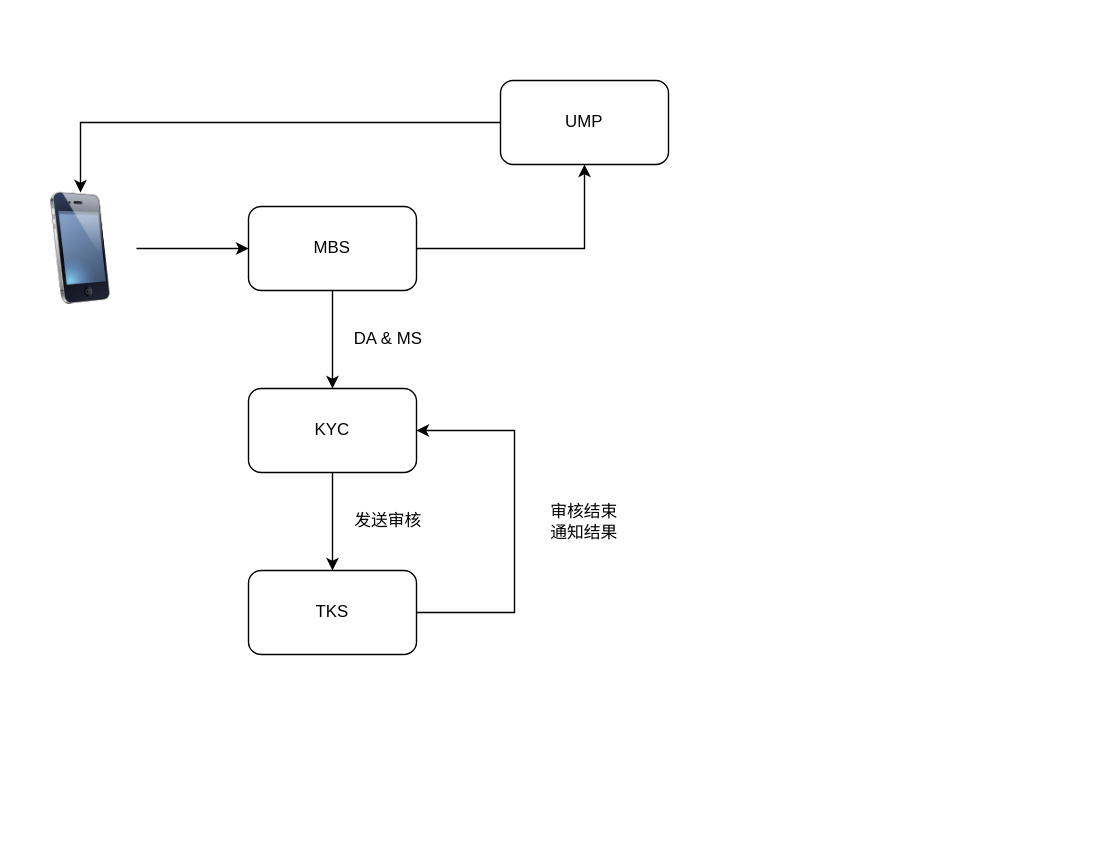
QirongZhang/draw.io.repo keeps this draw.io diagram as page "第 1 页" (1 of 3) of 对公开户.drawio. Above is the earlier version. Source tidied: cells renumbered, new cells numbered last; positions are measured from the earlier drawing's top-left corner, leaving out a move shared by most shapes. Both pictures are drawn from the tidied source at 140%, with x=0, y=0 at pixel (24, 80).
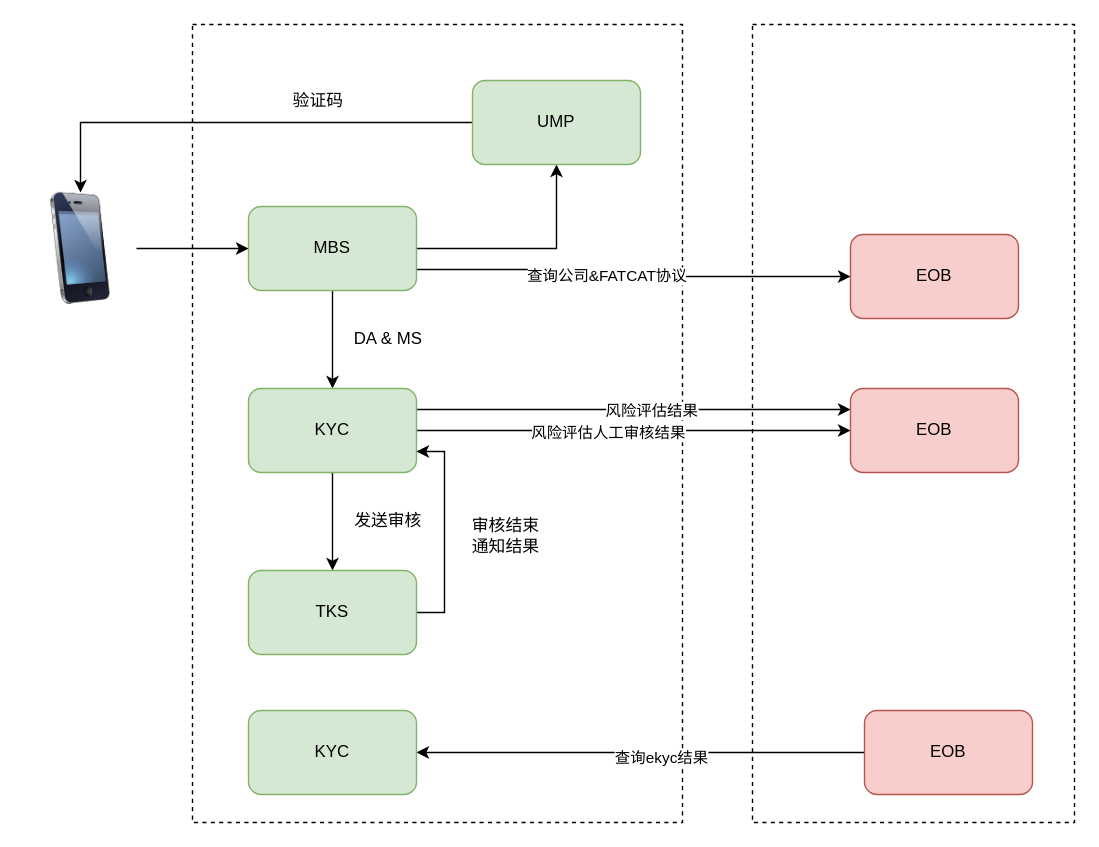
After the change.

Diff of the diagram source:
```diff
@@
+    <mxCell id="16" style="rounded=0;whiteSpace=wrap;html=1;dashed=1;fillColor=none;" parent="1" vertex="1">
+      <mxGeometry x="520" y="-40" width="230" height="570" as="geometry" />
+    </mxCell>
+    <mxCell id="17" style="rounded=0;whiteSpace=wrap;html=1;fillColor=none;dashed=1;" parent="1" vertex="1">
+      <mxGeometry x="120" y="-40" width="350" height="570" as="geometry" />
+    </mxCell>
@@
+    <mxCell id="18" style="edgeStyle=orthogonalEdgeStyle;rounded=0;jettySize=auto;html=1;exitX=1;exitY=0.75;exitDx=0;exitDy=0;" parent="1" edge="1" source="4" target="26">
+      <mxGeometry relative="1" as="geometry" />
+    </mxCell>
+    <mxCell id="19" value="查询公司&amp;amp;FATCAT协议" style="edgeLabel;html=1;align=center;verticalAlign=middle;" parent="18" vertex="1">
+      <mxGeometry x="-0.14" y="-4" relative="1" as="geometry" />
+    </mxCell>
-    <mxCell id="4" value="MBS" style="rounded=1;whiteSpace=wrap;html=1;" parent="1" vertex="1">
+    <mxCell id="4" value="MBS" style="rounded=1;whiteSpace=wrap;html=1;fillColor=#d5e8d4;strokeColor=#82b366;" parent="1" vertex="1">
       <mxGeometry x="160" y="90" width="120" height="60" as="geometry" />
     </mxCell>
@@
-    <mxCell id="8" value="UMP" style="rounded=1;whiteSpace=wrap;html=1;" parent="1" vertex="1">
-      <mxGeometry x="340" width="120" height="60" as="geometry" />
+    <mxCell id="8" value="UMP" style="rounded=1;whiteSpace=wrap;html=1;fillColor=#d5e8d4;strokeColor=#82b366;" parent="1" vertex="1">
+      <mxGeometry x="320" width="120" height="60" as="geometry" />
     </mxCell>
@@
+    <mxCell id="20" style="edgeStyle=orthogonalEdgeStyle;rounded=0;jettySize=auto;html=1;exitX=1;exitY=0.25;exitDx=0;exitDy=0;entryX=0;entryY=0.25;entryDx=0;entryDy=0;" parent="1" edge="1" source="10" target="25">
+      <mxGeometry relative="1" as="geometry" />
+    </mxCell>
+    <mxCell id="21" value="风险评估结果" style="edgeLabel;html=1;align=center;verticalAlign=middle;" parent="20" vertex="1">
+      <mxGeometry x="0.08" relative="1" as="geometry" />
+    </mxCell>
+    <mxCell id="22" style="edgeStyle=orthogonalEdgeStyle;rounded=0;jettySize=auto;html=1;exitX=1;exitY=0.5;exitDx=0;exitDy=0;entryX=0;entryY=0.5;entryDx=0;entryDy=0;" parent="1" edge="1" source="10" target="25">
+      <mxGeometry relative="1" as="geometry" />
+    </mxCell>
+    <mxCell id="23" value="风险评估人工审核结果" style="edgeLabel;html=1;align=center;verticalAlign=middle;" parent="22" vertex="1">
+      <mxGeometry x="-0.12" y="-1" relative="1" as="geometry" />
+    </mxCell>
-    <mxCell id="10" value="KYC" style="rounded=1;whiteSpace=wrap;html=1;" parent="1" vertex="1">
+    <mxCell id="10" value="KYC" style="rounded=1;whiteSpace=wrap;html=1;fillColor=#d5e8d4;strokeColor=#82b366;" parent="1" vertex="1">
       <mxGeometry x="160" y="220" width="120" height="60" as="geometry" />
     </mxCell>
@@
-    <mxCell id="12" style="edgeStyle=orthogonalEdgeStyle;rounded=0;jettySize=auto;html=1;entryX=1;entryY=0.5;entryDx=0;entryDy=0;" parent="1" edge="1" source="13" target="10">
-      <mxGeometry relative="1" as="geometry">
-        <Array as="points">
-          <mxPoint x="350" y="380" />
-          <mxPoint x="350" y="250" />
-        </Array>
-      </mxGeometry>
+    <mxCell id="12" style="edgeStyle=orthogonalEdgeStyle;rounded=0;jettySize=auto;html=1;exitX=1;exitY=0.5;exitDx=0;exitDy=0;entryX=1;entryY=0.75;entryDx=0;entryDy=0;" parent="1" edge="1" source="13" target="10">
+      <mxGeometry relative="1" as="geometry" />
     </mxCell>
-    <mxCell id="13" value="TKS" style="rounded=1;whiteSpace=wrap;html=1;" parent="1" vertex="1">
+    <mxCell id="13" value="TKS" style="rounded=1;whiteSpace=wrap;html=1;fillColor=#d5e8d4;strokeColor=#82b366;sketch=0;" parent="1" vertex="1">
       <mxGeometry x="160" y="350" width="120" height="60" as="geometry" />
     </mxCell>
@@
     <mxCell id="15" value="审核结束&lt;br&gt;通知结果" style="text;html=1;strokeColor=none;fillColor=none;align=center;verticalAlign=middle;whiteSpace=wrap;rounded=0;" parent="1" vertex="1">
-      <mxGeometry x="370" y="300" width="60" height="30" as="geometry" />
+      <mxGeometry x="314" y="310" width="60" height="30" as="geometry" />
     </mxCell>
+    <mxCell id="24" value="验证码" style="text;html=1;strokeColor=none;fillColor=none;align=center;verticalAlign=middle;whiteSpace=wrap;rounded=0;" parent="1" vertex="1">
+      <mxGeometry x="180" width="60" height="30" as="geometry" />
+    </mxCell>
+    <mxCell id="25" value="EOB" style="rounded=1;whiteSpace=wrap;html=1;fillColor=#f8cecc;strokeColor=#b85450;" parent="1" vertex="1">
+      <mxGeometry x="590" y="220" width="120" height="60" as="geometry" />
+    </mxCell>
+    <mxCell id="26" value="EOB" style="rounded=1;whiteSpace=wrap;html=1;fillColor=#f8cecc;strokeColor=#b85450;" parent="1" vertex="1">
+      <mxGeometry x="590" y="110" width="120" height="60" as="geometry" />
+    </mxCell>
+    <mxCell id="27" style="edgeStyle=orthogonalEdgeStyle;rounded=0;jettySize=auto;html=1;exitX=0;exitY=0.5;exitDx=0;exitDy=0;entryX=1;entryY=0.5;entryDx=0;entryDy=0;" parent="1" edge="1" source="29" target="30">
+      <mxGeometry relative="1" as="geometry" />
+    </mxCell>
+    <mxCell id="28" value="查询ekyc结果" style="edgeLabel;html=1;align=center;verticalAlign=middle;" parent="27" vertex="1">
+      <mxGeometry x="-0.09" y="3" relative="1" as="geometry" />
+    </mxCell>
+    <mxCell id="29" value="EOB" style="rounded=1;whiteSpace=wrap;html=1;sketch=0;fillColor=#f8cecc;strokeColor=#b85450;" parent="1" vertex="1">
+      <mxGeometry x="600" y="450" width="120" height="60" as="geometry" />
+    </mxCell>
+    <mxCell id="30" value="KYC" style="rounded=1;whiteSpace=wrap;html=1;sketch=0;fillColor=#d5e8d4;strokeColor=#82b366;" parent="1" vertex="1">
+      <mxGeometry x="160" y="450" width="120" height="60" as="geometry" />
+    </mxCell>
```
